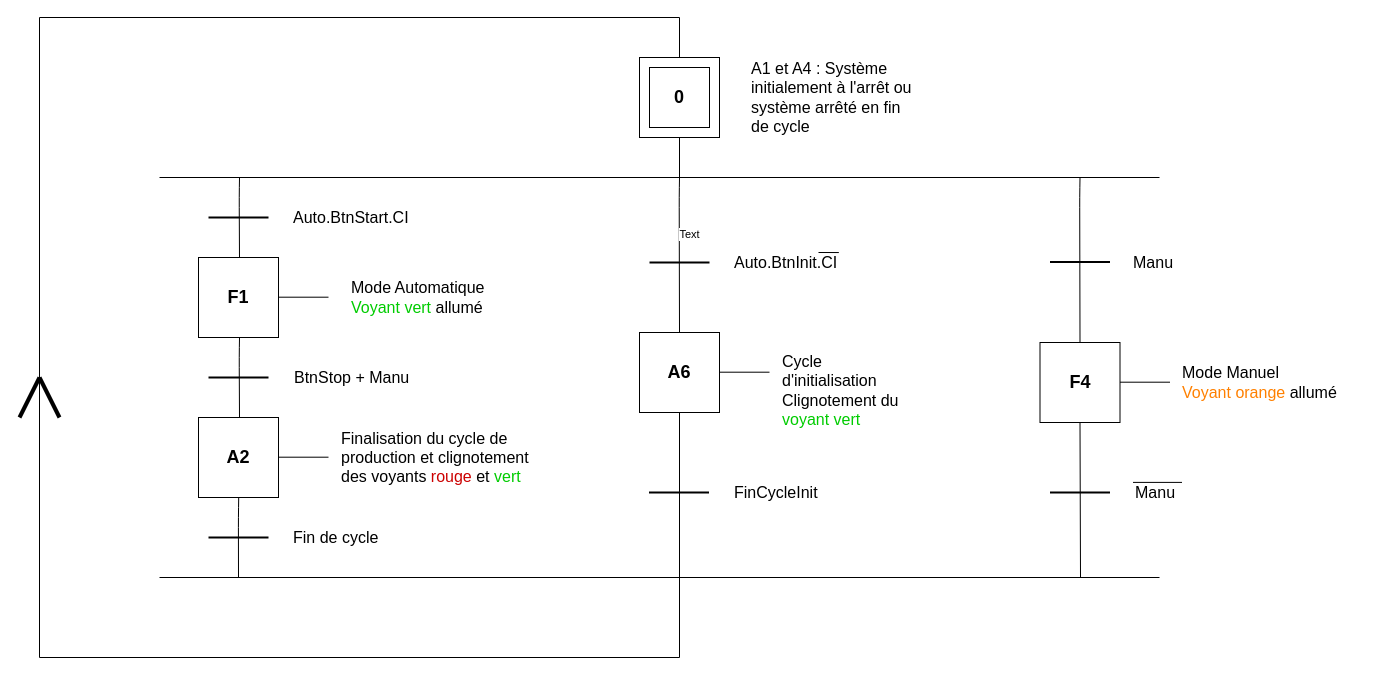
The draw.io diagram graphTD.drawio in Sem98-chain/INSA, before the edit. Source tidied: cells renumbered, new cells numbered last; positions are measured from the earlier drawing's top-left corner, leaving out a move shared by most shapes. Both pictures are drawn from the tidied source at 100%, with x=0, y=0 at pixel (19, 17).
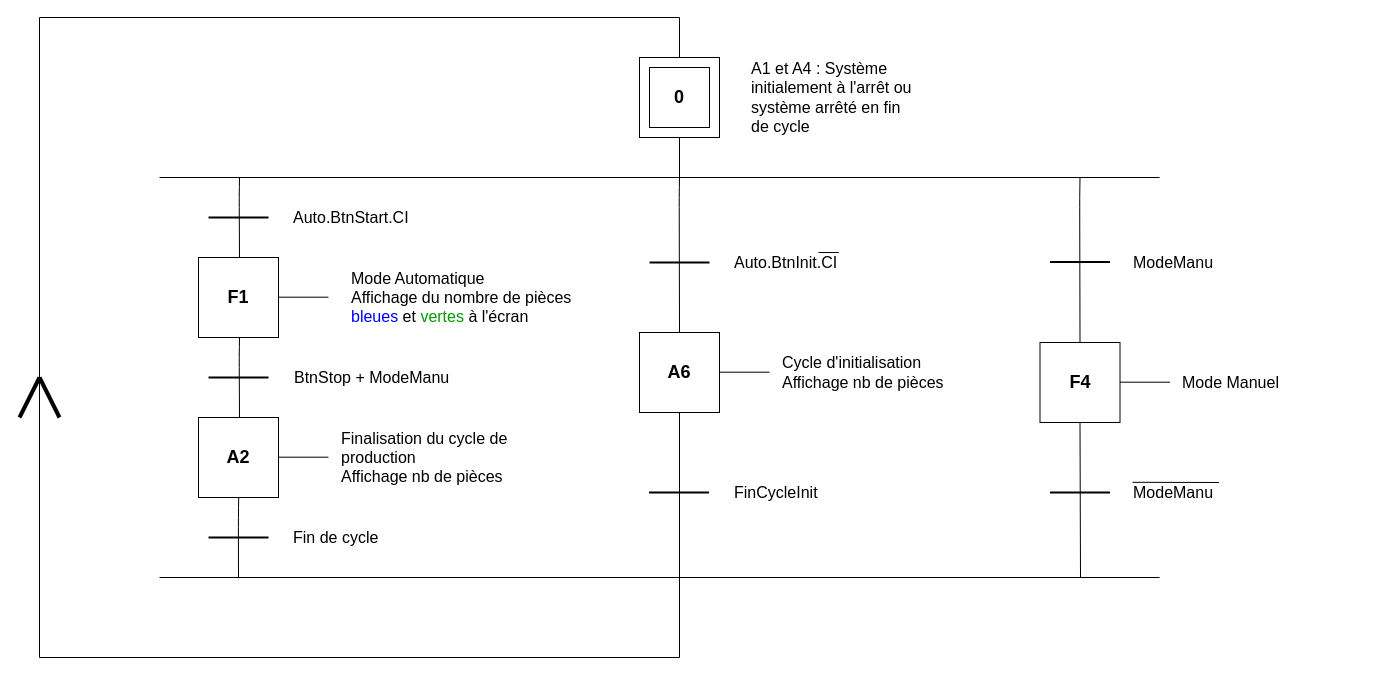
Above is the later version.

The change refers to these unchanged cells:
```xml
<mxCell id="20" style="endArrow=none;html=1;entryX=0.5;entryY=1;entryDx=0;entryDy=0;exitX=0.5;exitY=0;exitDx=0;exitDy=0;" parent="1" edge="1" source="22">
  <mxGeometry relative="1" as="geometry">
    <mxPoint x="660" y="160" as="targetPoint" />
    <Array as="points">
      <mxPoint x="659.7" y="180" />
    </Array>
  </mxGeometry>
</mxCell>
```

What changed in the source:
```diff
@@
-    <mxCell id="21" value="Text" style="edgeLabel;html=1;align=center;verticalAlign=middle;" parent="20" vertex="1">
-      <mxGeometry x="0.74" y="-37" relative="1" as="geometry">
-        <mxPoint x="-27" y="36" as="offset" />
-      </mxGeometry>
-    </mxCell>
@@
-    <mxCell id="30" value="&lt;font style=&quot;font-size: 16px&quot;&gt;Mode Automatique&lt;br&gt;&lt;font color=&quot;#00cc00&quot;&gt;Voyant vert &lt;/font&gt;allumé&lt;br&gt;&lt;/font&gt;" style="text;html=1;strokeColor=none;fillColor=none;align=left;verticalAlign=middle;whiteSpace=wrap;rounded=0;" parent="1" vertex="1">
-      <mxGeometry x="330" y="250" width="170" height="60" as="geometry" />
+    <mxCell id="30" value="&lt;font style=&quot;font-size: 16px&quot;&gt;Mode Automatique&lt;br&gt;Affichage du nombre de pièces &lt;font color=&quot;#0000ff&quot;&gt;bleues&lt;/font&gt; et &lt;font color=&quot;#009900&quot;&gt;vertes&lt;/font&gt; à l'écran&lt;br&gt;&lt;/font&gt;" style="text;html=1;strokeColor=none;fillColor=none;align=left;verticalAlign=middle;whiteSpace=wrap;rounded=0;" parent="1" vertex="1">
+      <mxGeometry x="330" y="250" width="240" height="60" as="geometry" />
     </mxCell>
@@
-    <mxCell id="33" value="&lt;font style=&quot;font-size: 16px&quot;&gt;Cycle d'initialisation&lt;br&gt;Clignotement du &lt;font color=&quot;#00cc00&quot;&gt;voyant vert&lt;/font&gt;&lt;br&gt;&lt;/font&gt;" style="text;html=1;strokeColor=none;fillColor=none;align=left;verticalAlign=middle;whiteSpace=wrap;rounded=0;" parent="1" vertex="1">
-      <mxGeometry x="761" y="345" width="129" height="55" as="geometry" />
+    <mxCell id="33" value="&lt;font style=&quot;font-size: 16px&quot;&gt;Cycle d'initialisation&lt;br&gt;Affichage nb de pièces&lt;br&gt;&lt;/font&gt;" style="text;html=1;strokeColor=none;fillColor=none;align=left;verticalAlign=middle;whiteSpace=wrap;rounded=0;" parent="1" vertex="1">
+      <mxGeometry x="761" y="327.5" width="179" height="55" as="geometry" />
     </mxCell>
@@
-    <mxCell id="43" value="&lt;font style=&quot;font-size: 16px&quot;&gt;Manu&lt;br&gt;&lt;/font&gt;" style="text;html=1;strokeColor=none;fillColor=none;align=left;verticalAlign=middle;whiteSpace=wrap;rounded=0;" parent="1" vertex="1">
-      <mxGeometry x="1111.8" y="235" width="236" height="20" as="geometry" />
+    <mxCell id="43" value="&lt;font style=&quot;font-size: 16px&quot;&gt;ModeManu&lt;br&gt;&lt;/font&gt;" style="text;html=1;strokeColor=none;fillColor=none;align=left;verticalAlign=middle;whiteSpace=wrap;rounded=0;" parent="1" vertex="1">
+      <mxGeometry x="1111.8" y="235" width="98.2" height="20" as="geometry" />
     </mxCell>
@@
-    <mxCell id="45" value="&lt;font style=&quot;font-size: 16px&quot;&gt;Manu&lt;br&gt;&lt;/font&gt;" style="text;html=1;strokeColor=none;fillColor=none;align=left;verticalAlign=middle;whiteSpace=wrap;rounded=0;" parent="1" vertex="1">
-      <mxGeometry x="1113.5" y="465" width="86.5" height="20" as="geometry" />
+    <mxCell id="45" value="&lt;font style=&quot;font-size: 16px&quot;&gt;ModeManu&lt;br&gt;&lt;/font&gt;" style="text;html=1;strokeColor=none;fillColor=none;align=left;verticalAlign=middle;whiteSpace=wrap;rounded=0;" parent="1" vertex="1">
+      <mxGeometry x="1111.8" y="465" width="86.5" height="20" as="geometry" />
     </mxCell>
@@
-    <mxCell id="47" value="&lt;font style=&quot;font-size: 16px&quot;&gt;Mode Manuel&lt;br&gt;&lt;font color=&quot;#ff8000&quot;&gt;Voyant orange&lt;/font&gt; allumé&lt;br&gt;&lt;/font&gt;" style="text;html=1;strokeColor=none;fillColor=none;align=left;verticalAlign=middle;whiteSpace=wrap;rounded=0;" parent="1" vertex="1">
+    <mxCell id="47" value="&lt;font style=&quot;font-size: 16px&quot;&gt;Mode Manuel&lt;br&gt;&lt;/font&gt;" style="text;html=1;strokeColor=none;fillColor=none;align=left;verticalAlign=middle;whiteSpace=wrap;rounded=0;" parent="1" vertex="1">
       <mxGeometry x="1160.5" y="330" width="159.5" height="70" as="geometry" />
     </mxCell>
@@
-    <mxCell id="50" value="&lt;font style=&quot;font-size: 16px&quot;&gt;BtnStop + Manu&lt;br&gt;&lt;/font&gt;" style="text;html=1;strokeColor=none;fillColor=none;align=left;verticalAlign=middle;whiteSpace=wrap;rounded=0;" parent="1" vertex="1">
+    <mxCell id="50" value="&lt;font style=&quot;font-size: 16px&quot;&gt;BtnStop + ModeManu&lt;br&gt;&lt;/font&gt;" style="text;html=1;strokeColor=none;fillColor=none;align=left;verticalAlign=middle;whiteSpace=wrap;rounded=0;" parent="1" vertex="1">
       <mxGeometry x="272.5" y="350" width="217.5" height="20" as="geometry" />
     </mxCell>
-    <mxCell id="51" value="&lt;font style=&quot;font-size: 16px&quot;&gt;Finalisation du cycle de production et clignotement des voyants &lt;font color=&quot;#cc0000&quot;&gt;rouge &lt;/font&gt;et &lt;font color=&quot;#00cc00&quot;&gt;vert&lt;/font&gt;&lt;br&gt;&lt;/font&gt;" style="text;html=1;strokeColor=none;fillColor=none;align=left;verticalAlign=middle;whiteSpace=wrap;rounded=0;" parent="1" vertex="1">
+    <mxCell id="51" value="&lt;font style=&quot;font-size: 16px&quot;&gt;Finalisation du cycle de production&lt;br&gt;Affichage nb de pièces&lt;br&gt;&lt;/font&gt;" style="text;html=1;strokeColor=none;fillColor=none;align=left;verticalAlign=middle;whiteSpace=wrap;rounded=0;" parent="1" vertex="1">
       <mxGeometry x="320" y="410" width="190" height="60" as="geometry" />
     </mxCell>
@@
     <mxCell id="55" style="endArrow=none;html=1;" parent="1" edge="1">
       <mxGeometry relative="1" as="geometry">
-        <mxPoint x="1113.5" y="464.9" as="sourcePoint" />
-        <mxPoint x="1162.5" y="464.9" as="targetPoint" />
+        <mxPoint x="1113" y="464.8" as="sourcePoint" />
+        <mxPoint x="1199.5" y="465" as="targetPoint" />
       </mxGeometry>
     </mxCell>
```
